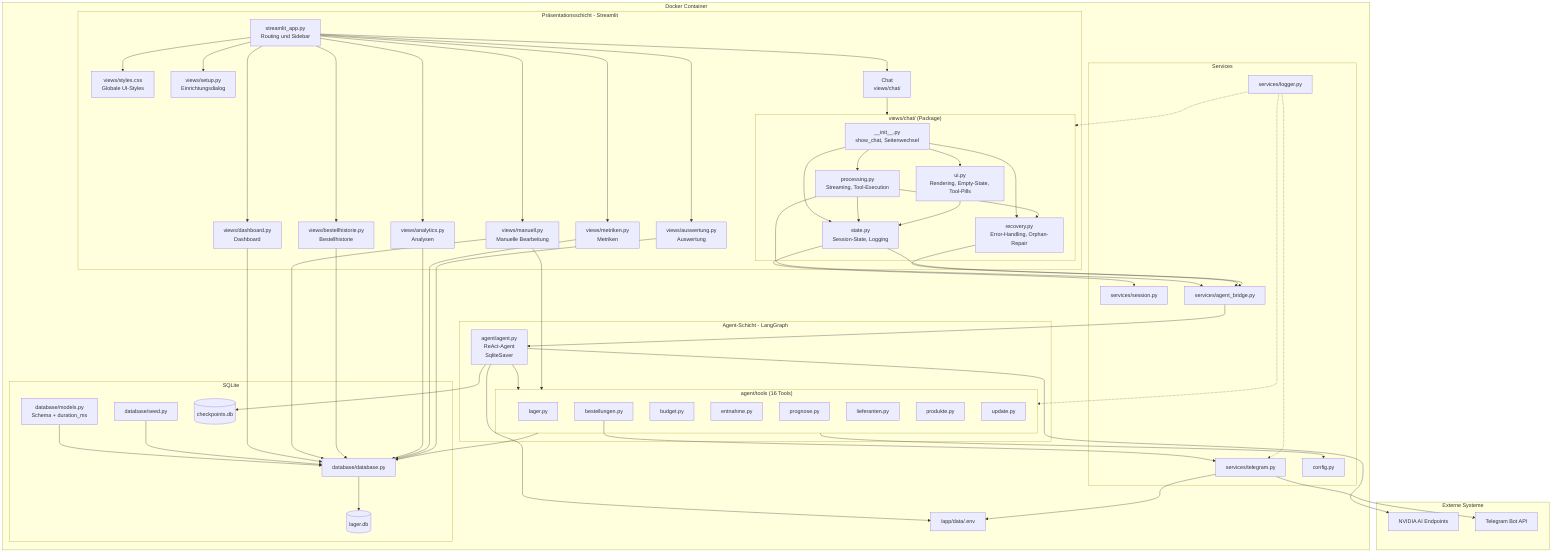
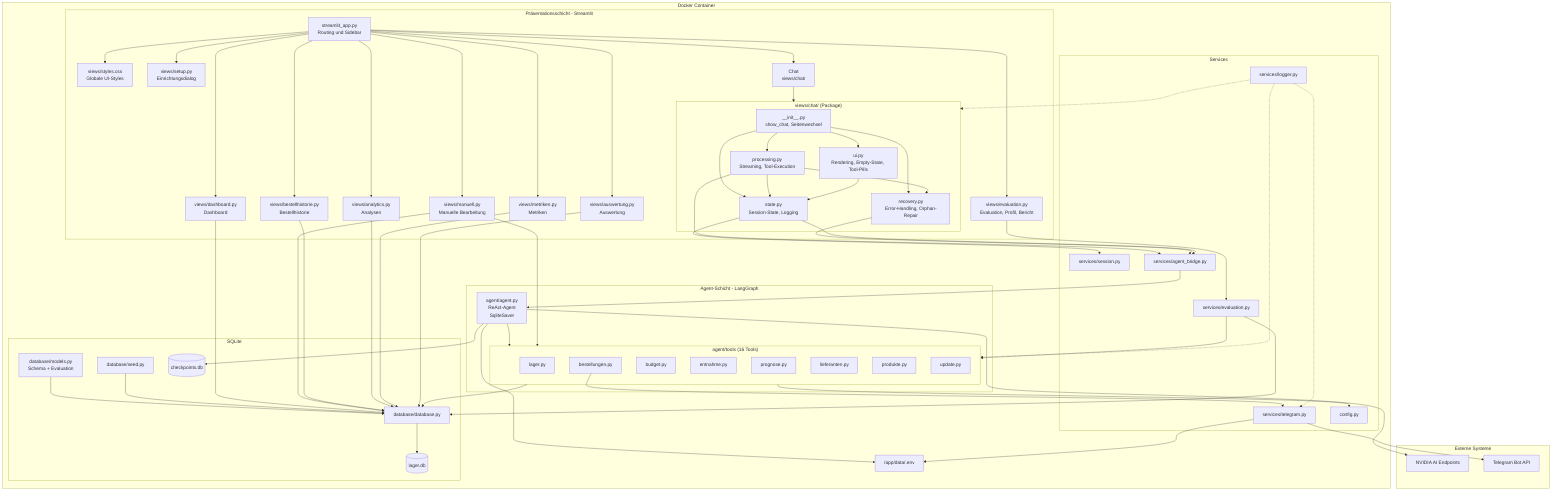
graph TB
    subgraph DOCKER["Docker Container"]
        subgraph UI["Präsentationsschicht - Streamlit"]
            APP["streamlit_app.py\nRouting und Sidebar"]
            CSS["views/styles.css\nGlobale UI-Styles"]
            SETUP["views/setup.py\nEinrichtungsdialog"]
            CHAT["Chat\nviews/chat/"]
            subgraph CHATPKG["views/chat/ (Package)"]
                CHAT_INIT["__init__.py\nshow_chat, Seitenwechsel"]
                CHAT_UI["ui.py\nRendering, Empty-State, Tool-Pills"]
                CHAT_PROC["processing.py\nStreaming, Tool-Execution"]
                CHAT_REC["recovery.py\nError-Handling, Orphan-Repair"]
                CHAT_STATE["state.py\nSession-State, Logging"]
            end
            DASH["views/dashboard.py\nDashboard"]
            MANUELL["views/manuell.py\nManuelle Bearbeitung"]
+             EVAL["views/evaluation.py\nEvaluation, Profil, Bericht"]
            HIST["views/bestellhistorie.py\nBestellhistorie"]
            ANAL["views/analytics.py\nAnalysen"]
            METR["views/metriken.py\nMetriken"]
            AUSW["views/auswertung.py\nAuswertung"]
        end

        subgraph AGENT["Agent-Schicht - LangGraph"]
            CORE["agent/agent.py\nReAct-Agent\nSqliteSaver"]
            subgraph TOOLS["agent/tools (16 Tools)"]
                T_LAGER["lager.py"]
                T_BEST["bestellungen.py"]
                T_BUDG["budget.py"]
                T_ENTN["entnahme.py"]
                T_PROG["prognose.py"]
                T_LIEF["lieferanten.py"]
                T_PROD["produkte.py"]
                T_UPD["update.py"]
            end
        end

        subgraph SERVICES["Services"]
            SESS["services/session.py"]
            TELE["services/telegram.py"]
            LOGG["services/logger.py"]
            BRIDGE["services/agent_bridge.py"]
+             EVAL_SERVICE["services/evaluation.py"]
            CONF["config.py"]
        end

        subgraph DATA["SQLite"]
            DB["database/database.py"]
-             MOD["database/models.py\nSchema + duration_ms"]
+             MOD["database/models.py\nSchema + Evaluation"]
            SEED["database/seed.py"]
            LAGER_DB[("lager.db")]
            CHECK_DB[("checkpoints.db")]
        end

        ENV["/app/data/.env"]
    end

    subgraph EXTERN["Externe Systeme"]
        NVIDIA["NVIDIA AI Endpoints"]
        TELEGRAM["Telegram Bot API"]
    end

    APP --> CSS
    APP --> SETUP
    APP --> CHAT
    CHAT --> CHATPKG
    APP --> DASH
    APP --> MANUELL
+     APP --> EVAL
    APP --> HIST
    APP --> ANAL
    APP --> METR
    APP --> AUSW

    CHAT_PROC --> BRIDGE
    CHAT_REC --> BRIDGE
    CHAT_STATE --> BRIDGE
    BRIDGE --> CORE
    CHAT_STATE --> SESS
    CHAT_INIT --> CHAT_UI
    CHAT_INIT --> CHAT_PROC
    CHAT_INIT --> CHAT_REC
    CHAT_INIT --> CHAT_STATE
    CHAT_PROC --> CHAT_REC
    CHAT_PROC --> CHAT_STATE
    CHAT_UI --> CHAT_STATE
    CORE --> TOOLS
    CORE --> CHECK_DB
    CORE --> NVIDIA
    CORE --> ENV

    TOOLS --> DB
    TOOLS --> CONF
    T_BEST --> TELE
    TELE --> ENV
    TELE --> TELEGRAM

    DB --> LAGER_DB
    MOD --> DB
    SEED --> DB

    DASH --> DB
    MANUELL --> DB
    MANUELL --> TOOLS
+     EVAL --> EVAL_SERVICE
+     EVAL_SERVICE --> DB
+     EVAL_SERVICE --> TOOLS
    HIST --> DB
    ANAL --> DB
    METR --> DB
    AUSW --> DB

    LOGG -.-> CHATPKG
    LOGG -.-> TOOLS
    LOGG -.-> TELE
